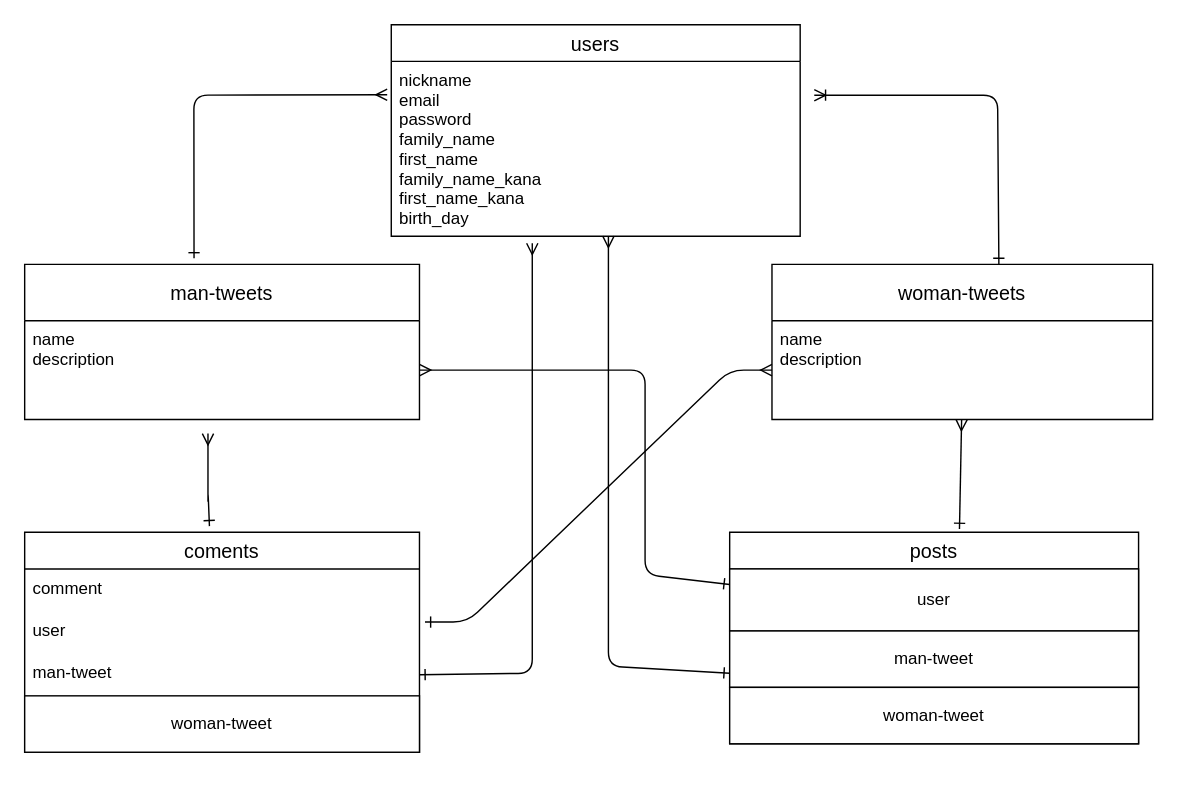
The draw.io diagram er.dio in taickunn/Beauty-Sharing, before the edit. Source tidied: cells renumbered, new cells numbered last; positions are measured from the earlier drawing's top-left corner, leaving out a move shared by most shapes. Both pictures are drawn from the tidied source at 141%, with x=0, y=0 at pixel (24, 24).
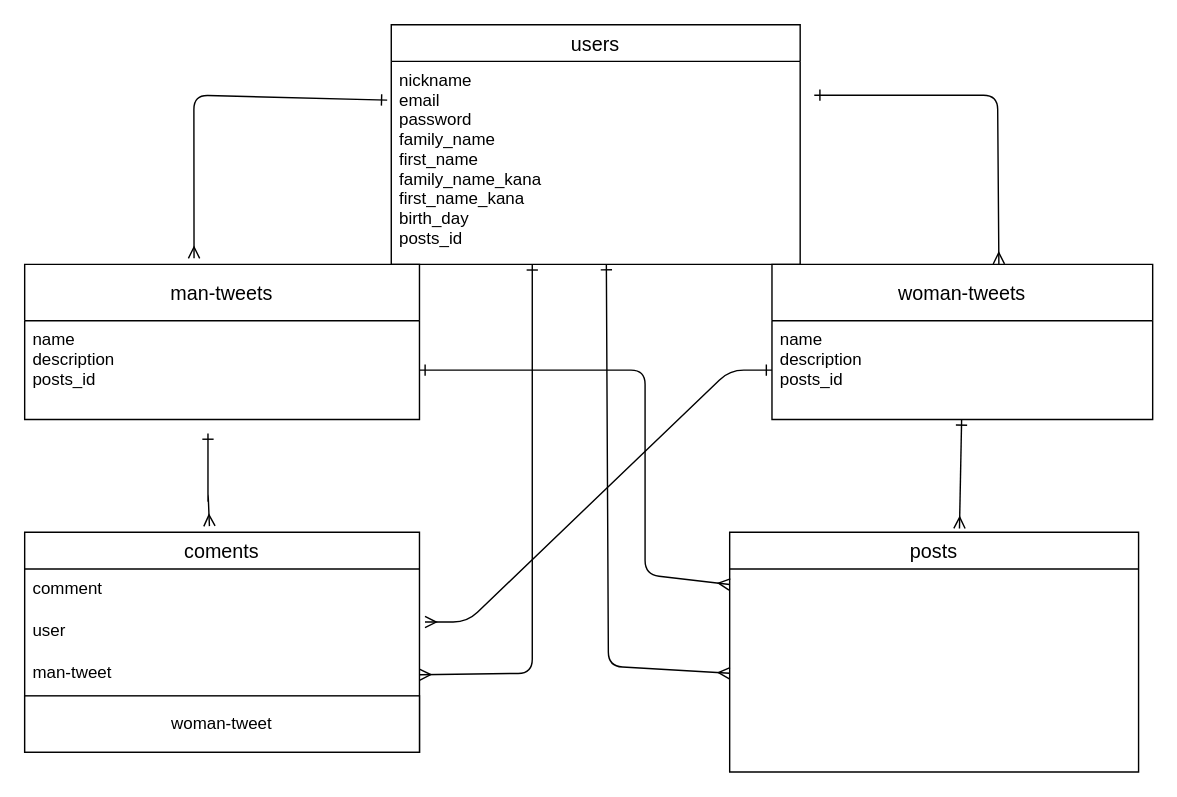
After the change.

The change refers to these unchanged cells:
```xml
<mxCell id="2" value="man-tweets" style="swimlane;fontStyle=0;horizontal=1;startSize=40;align=center;fontSize=14;" parent="1" vertex="1">
  <mxGeometry y="170" width="280" height="110" as="geometry" />
</mxCell>
<mxCell id="4" value="woman-tweets" style="swimlane;fontStyle=0;horizontal=1;startSize=40;align=center;fontSize=14;" parent="1" vertex="1">
  <mxGeometry x="530" y="170" width="270" height="110" as="geometry" />
</mxCell>
<mxCell id="8" value="coments" style="swimlane;fontStyle=0;horizontal=1;startSize=26;align=center;fontSize=14;" parent="1" vertex="1">
  <mxGeometry y="360" width="280" height="156" as="geometry" />
</mxCell>
<mxCell id="10" value="user" style="text;strokeColor=none;fillColor=none;spacingLeft=4;spacingRight=4;overflow=hidden;points=[[0,0.5],[1,0.5]];portConstraint=eastwest;fontSize=12;" parent="8" vertex="1">
  <mxGeometry y="56" width="280" height="30" as="geometry" />
</mxCell>
<mxCell id="11" value="man-tweet" style="text;strokeColor=none;fillColor=none;spacingLeft=4;spacingRight=4;overflow=hidden;points=[[0,0.5],[1,0.5]];portConstraint=eastwest;fontSize=12;" parent="8" vertex="1">
  <mxGeometry y="86" width="280" height="30" as="geometry" />
</mxCell>
```

Change to the diagram source:
```diff
@@
-    <mxCell id="3" value="name&#10;description" style="text;strokeColor=none;fillColor=none;spacingLeft=4;spacingRight=4;overflow=hidden;points=[[0,0.5],[1,0.5]];portConstraint=eastwest;fontSize=12;" parent="2" vertex="1">
+    <mxCell id="3" value="name&#10;description&#10;posts_id" style="text;strokeColor=none;fillColor=none;spacingLeft=4;spacingRight=4;overflow=hidden;points=[[0,0.5],[1,0.5]];portConstraint=eastwest;fontSize=12;" parent="2" vertex="1">
       <mxGeometry y="40" width="280" height="70" as="geometry" />
     </mxCell>
@@
-    <mxCell id="5" value="name&#10;description" style="text;strokeColor=none;fillColor=none;spacingLeft=4;spacingRight=4;overflow=hidden;points=[[0,0.5],[1,0.5]];portConstraint=eastwest;fontSize=12;" parent="4" vertex="1">
+    <mxCell id="5" value="name&#10;description&#10;posts_id" style="text;strokeColor=none;fillColor=none;spacingLeft=4;spacingRight=4;overflow=hidden;points=[[0,0.5],[1,0.5]];portConstraint=eastwest;fontSize=12;" parent="4" vertex="1">
       <mxGeometry y="40" width="270" height="70" as="geometry" />
     </mxCell>
     <mxCell id="6" value="users" style="swimlane;fontStyle=0;horizontal=1;startSize=26;align=center;fontSize=14;" parent="1" vertex="1">
-      <mxGeometry x="260" width="290" height="150" as="geometry" />
+      <mxGeometry x="260" width="290" height="170" as="geometry" />
     </mxCell>
-    <mxCell id="7" value="nickname&#10;email&#10;password&#10;family_name&#10;first_name&#10;family_name_kana&#10;first_name_kana&#10;birth_day" style="text;strokeColor=none;fillColor=none;spacingLeft=4;spacingRight=4;overflow=hidden;points=[[0,0.5],[1,0.5]];portConstraint=eastwest;fontSize=12;" parent="6" vertex="1">
-      <mxGeometry y="26" width="290" height="124" as="geometry" />
+    <mxCell id="7" value="nickname&#10;email&#10;password&#10;family_name&#10;first_name&#10;family_name_kana&#10;first_name_kana&#10;birth_day&#10;posts_id" style="text;strokeColor=none;fillColor=none;spacingLeft=4;spacingRight=4;overflow=hidden;points=[[0,0.5],[1,0.5]];portConstraint=eastwest;fontSize=12;" parent="6" vertex="1">
+      <mxGeometry y="26" width="290" height="144" as="geometry" />
     </mxCell>
@@
     <mxCell id="13" value="posts" style="swimlane;fontStyle=0;horizontal=1;startSize=26;align=center;fontSize=14;" parent="1" vertex="1">
-      <mxGeometry x="500" y="360" width="290" height="150" as="geometry" />
+      <mxGeometry x="500" y="360" width="290" height="170" as="geometry" />
     </mxCell>
-    <mxCell id="14" value="user" style="whiteSpace=wrap;html=1;align=center;" parent="13" vertex="1">
-      <mxGeometry y="26" width="290" height="44" as="geometry" />
-    </mxCell>
-    <mxCell id="15" value="man-tweet" style="whiteSpace=wrap;html=1;align=center;" parent="13" vertex="1">
-      <mxGeometry y="70" width="290" height="40" as="geometry" />
-    </mxCell>
-    <mxCell id="16" value="woman-tweet" style="whiteSpace=wrap;html=1;align=center;" parent="13" vertex="1">
-      <mxGeometry y="110" width="290" height="40" as="geometry" />
-    </mxCell>
-    <mxCell id="17" style="fontSize=12;html=1;endArrow=ERoneToMany;exitX=0.596;exitY=-0.003;exitDx=0;exitDy=0;exitPerimeter=0;startArrow=ERone;startFill=0;" parent="1" edge="1" source="4">
+    <mxCell id="17" style="fontSize=12;html=1;endArrow=ERone;exitX=0.596;exitY=-0.003;exitDx=0;exitDy=0;exitPerimeter=0;startArrow=ERmany;startFill=0;endFill=0;" parent="1" edge="1" source="4">
       <mxGeometry relative="1" as="geometry">
         <mxPoint x="560" y="50" as="targetPoint" />
         <Array as="points">
           <mxPoint x="690" y="50" />
         </Array>
       </mxGeometry>
     </mxCell>
-    <mxCell id="18" style="fontSize=12;html=1;endArrow=ERone;exitX=-0.01;exitY=0.191;exitDx=0;exitDy=0;exitPerimeter=0;startArrow=ERmany;startFill=0;endFill=0;entryX=0.429;entryY=-0.039;entryDx=0;entryDy=0;entryPerimeter=0;" parent="1" edge="1" source="7" target="2">
+    <mxCell id="18" style="fontSize=12;html=1;endArrow=ERmany;exitX=-0.01;exitY=0.191;exitDx=0;exitDy=0;exitPerimeter=0;startArrow=ERone;startFill=0;endFill=0;entryX=0.429;entryY=-0.039;entryDx=0;entryDy=0;entryPerimeter=0;" parent="1" edge="1" source="7" target="2">
       <mxGeometry relative="1" as="geometry">
         <Array as="points">
           <mxPoint x="120" y="50" />
         </Array>
       </mxGeometry>
     </mxCell>
-    <mxCell id="19" style="fontSize=12;html=1;endArrow=ERone;startArrow=ERmany;startFill=0;endFill=0;entryX=1;entryY=0.5;entryDx=0;entryDy=0;" parent="1" edge="1" target="11">
+    <mxCell id="19" style="fontSize=12;html=1;endArrow=ERmany;startArrow=ERone;startFill=0;endFill=0;entryX=1;entryY=0.5;entryDx=0;entryDy=0;" parent="1" edge="1" target="11">
       <mxGeometry relative="1" as="geometry">
-        <mxPoint x="360" y="155" as="sourcePoint" />
+        <mxPoint x="360" y="170" as="sourcePoint" />
         <Array as="points">
           <mxPoint x="360" y="460" />
         </Array>
       </mxGeometry>
     </mxCell>
-    <mxCell id="20" style="fontSize=12;html=1;endArrow=ERone;startArrow=ERmany;startFill=0;endFill=0;entryX=0;entryY=0.75;entryDx=0;entryDy=0;" parent="1" edge="1" target="15">
+    <mxCell id="20" style="fontSize=12;html=1;endArrow=ERmany;startArrow=ERone;startFill=0;endFill=0;entryX=0;entryY=0.75;entryDx=0;entryDy=0;exitX=0.526;exitY=0.999;exitDx=0;exitDy=0;exitPerimeter=0;" parent="1" edge="1" source="7">
       <mxGeometry relative="1" as="geometry">
-        <mxPoint x="414" y="150" as="sourcePoint" />
+        <mxPoint x="500" y="460" as="targetPoint" />
         <Array as="points">
           <mxPoint x="414" y="455" />
         </Array>
       </mxGeometry>
     </mxCell>
-    <mxCell id="21" style="fontSize=12;html=1;endArrow=ERmany;exitX=0.468;exitY=-0.028;exitDx=0;exitDy=0;exitPerimeter=0;startArrow=ERone;startFill=0;" parent="1" edge="1" source="8">
+    <mxCell id="21" style="fontSize=12;html=1;endArrow=ERone;exitX=0.468;exitY=-0.028;exitDx=0;exitDy=0;exitPerimeter=0;startArrow=ERmany;startFill=0;endFill=0;" parent="1" edge="1" source="8">
       <mxGeometry relative="1" as="geometry">
         <mxPoint x="130" y="290" as="targetPoint" />
         <Array as="points">
           <mxPoint x="130" y="330" />
           <mxPoint x="130" y="340" />
         </Array>
       </mxGeometry>
     </mxCell>
-    <mxCell id="22" style="edgeStyle=entityRelationEdgeStyle;fontSize=12;html=1;endArrow=ERmany;entryX=0;entryY=0.5;entryDx=0;entryDy=0;exitX=1.014;exitY=0.256;exitDx=0;exitDy=0;exitPerimeter=0;startArrow=ERone;startFill=0;" parent="1" edge="1" source="10" target="5">
+    <mxCell id="22" style="edgeStyle=entityRelationEdgeStyle;fontSize=12;html=1;endArrow=ERone;entryX=0;entryY=0.5;entryDx=0;entryDy=0;exitX=1.014;exitY=0.256;exitDx=0;exitDy=0;exitPerimeter=0;startArrow=ERmany;startFill=0;endFill=0;" parent="1" edge="1" source="10" target="5">
       <mxGeometry relative="1" as="geometry" />
     </mxCell>
-    <mxCell id="23" style="fontSize=12;html=1;endArrow=ERmany;startArrow=ERone;startFill=0;exitX=0.562;exitY=-0.016;exitDx=0;exitDy=0;exitPerimeter=0;" parent="1" edge="1" source="13">
+    <mxCell id="23" style="fontSize=12;html=1;endArrow=ERone;startArrow=ERmany;startFill=0;exitX=0.562;exitY=-0.016;exitDx=0;exitDy=0;exitPerimeter=0;endFill=0;" parent="1" edge="1" source="13">
       <mxGeometry relative="1" as="geometry">
         <mxPoint x="664.5" y="280" as="targetPoint" />
       </mxGeometry>
     </mxCell>
-    <mxCell id="24" style="fontSize=12;html=1;endArrow=ERmany;exitX=0;exitY=0.25;exitDx=0;exitDy=0;startArrow=ERone;startFill=0;" parent="1" edge="1" source="14" target="3">
+    <mxCell id="24" style="fontSize=12;html=1;endArrow=ERone;exitX=0;exitY=0.25;exitDx=0;exitDy=0;startArrow=ERmany;startFill=0;endFill=0;" parent="1" edge="1" target="3">
       <mxGeometry relative="1" as="geometry">
+        <mxPoint x="500" y="397" as="sourcePoint" />
         <Array as="points">
           <mxPoint x="440" y="390" />
           <mxPoint x="440" y="245" />
         </Array>
       </mxGeometry>
     </mxCell>
```
